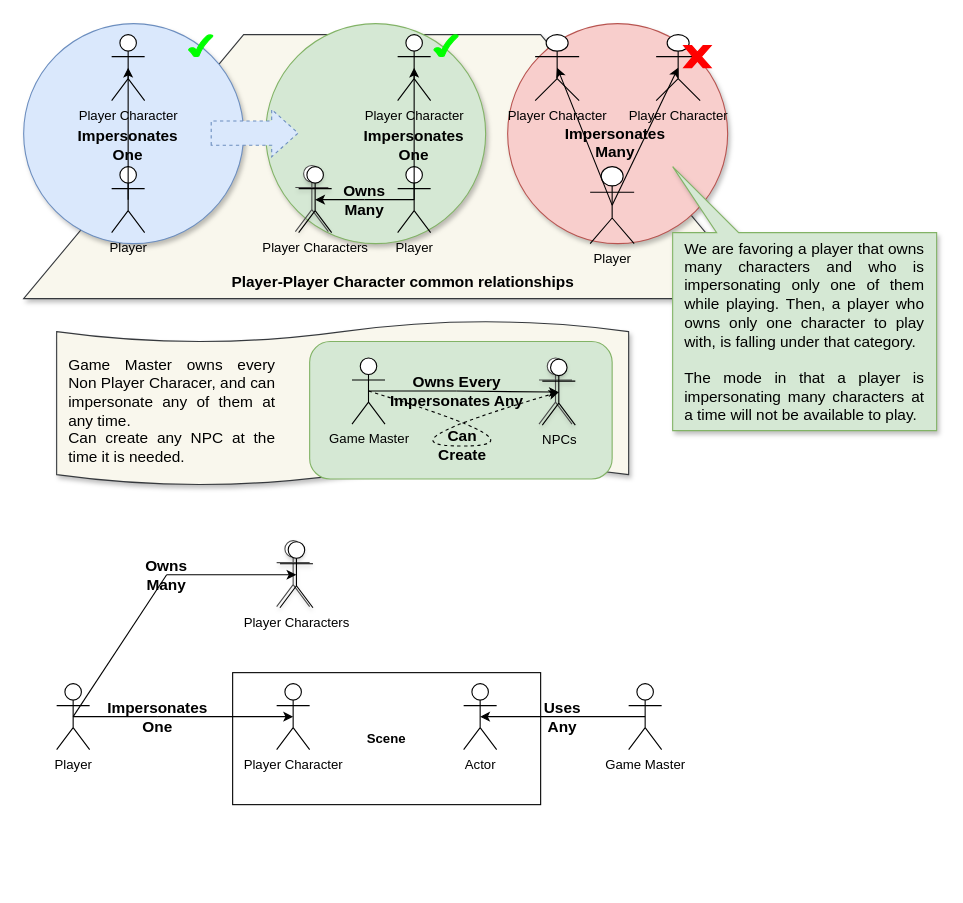
Above: diagrams/Design.drawio in ManOguaR/Ontology (draw.io), before the change. Source tidied: cells renumbered, new cells numbered last; positions are measured from the earlier drawing's top-left corner, leaving out a move shared by most shapes. Both pictures are drawn from the tidied source at 110%, with x=0, y=0 at pixel (23, 23).
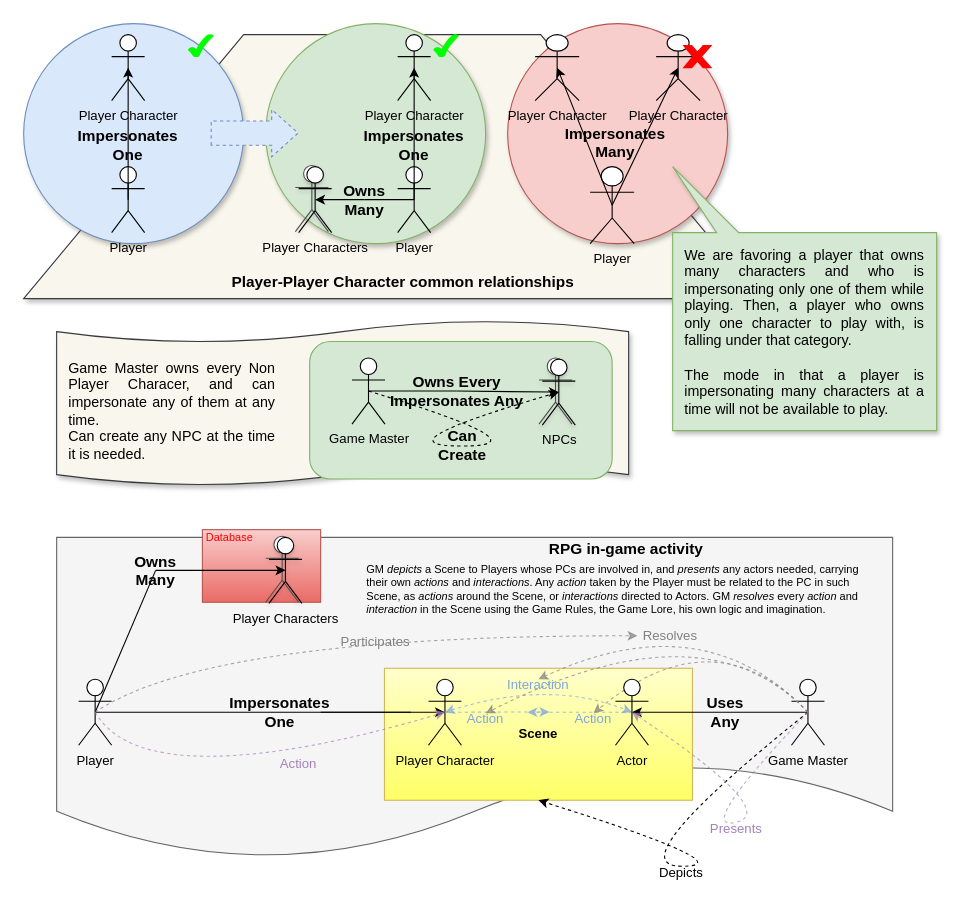
The same diagram, later.

The change refers to these unchanged cells:
```xml
<mxCell id="3" style="group;" parent="1" vertex="1">
  <mxGeometry x="30" y="270" width="520" height="150" as="geometry" />
</mxCell>
<mxCell id="24" style="group;" parent="1" vertex="1">
  <mxGeometry width="830" height="370" as="geometry" />
</mxCell>
```

Change to the diagram source:
```diff
@@
-    <mxCell id="2" value="&lt;b&gt;Scene&lt;/b&gt;" style="rounded=0;whiteSpace=wrap;html=1;" parent="1" vertex="1">
-      <mxGeometry x="190" y="590" width="280" height="120" as="geometry" />
-    </mxCell>
@@
-    <mxCell id="15" value="&lt;div style=&quot;text-align: justify;&quot;&gt;Game Master owns every Non Player Characer, and can impersonate any of them at any time.&lt;/div&gt;&lt;div style=&quot;text-align: justify;&quot;&gt;Can create any NPC at the time it is needed.&lt;/div&gt;" style="text;html=1;strokeColor=none;fillColor=none;align=center;verticalAlign=middle;whiteSpace=wrap;rounded=0;shadow=0;fontSize=14;" parent="3" vertex="1">
+    <mxCell id="15" value="&lt;div style=&quot;text-align: justify; font-size: 13px;&quot;&gt;&lt;font style=&quot;font-size: 13px;&quot;&gt;Game Master owns every Non Player Characer, and can impersonate any of them at any time.&lt;/font&gt;&lt;/div&gt;&lt;div style=&quot;text-align: justify; font-size: 13px;&quot;&gt;&lt;font style=&quot;font-size: 13px;&quot;&gt;Can create any NPC at the time it is needed.&lt;/font&gt;&lt;/div&gt;" style="text;html=1;strokeColor=none;fillColor=none;align=center;verticalAlign=middle;whiteSpace=wrap;rounded=0;shadow=0;fontSize=14;" parent="3" vertex="1">
       <mxGeometry x="10" y="19" width="190" height="125" as="geometry" />
     </mxCell>
-    <mxCell id="16" style="shape=umlActor;verticalLabelPosition=bottom;verticalAlign=top;html=1;strokeColor=#4D4D4D;shadow=1;" parent="1" vertex="1">
-      <mxGeometry x="230" y="470" width="30" height="60" as="geometry" />
-    </mxCell>
-    <mxCell id="17" value="Player" style="shape=umlActor;verticalLabelPosition=bottom;verticalAlign=top;html=1;outlineConnect=0;" parent="1" vertex="1">
-      <mxGeometry x="30" y="600" width="30" height="60" as="geometry" />
-    </mxCell>
-    <mxCell id="18" value="Player Characters" style="shape=umlActor;verticalLabelPosition=bottom;verticalAlign=top;html=1;outlineConnect=0;" parent="1" vertex="1">
-      <mxGeometry x="233" y="471" width="30" height="60" as="geometry" />
-    </mxCell>
-    <mxCell id="19" value="Player Character" style="shape=umlActor;verticalLabelPosition=bottom;verticalAlign=top;html=1;outlineConnect=0;" parent="1" vertex="1">
-      <mxGeometry x="230" y="600" width="30" height="60" as="geometry" />
-    </mxCell>
-    <mxCell id="20" style="endArrow=classic;html=1;rounded=0;fontSize=14;exitX=0.5;exitY=0.5;exitDx=0;exitDy=0;exitPerimeter=0;entryX=0.5;entryY=0.5;entryDx=0;entryDy=0;entryPerimeter=0;startArrow=none;" parent="1" edge="1" source="58" target="19">
-      <mxGeometry relative="1" as="geometry" />
-    </mxCell>
-    <mxCell id="21" style="endArrow=classic;html=1;rounded=0;fontSize=14;exitX=0.5;exitY=0.5;exitDx=0;exitDy=0;exitPerimeter=0;entryX=0.5;entryY=0.5;entryDx=0;entryDy=0;entryPerimeter=0;startArrow=none;" parent="1" edge="1" source="22" target="18">
-      <mxGeometry relative="1" as="geometry" />
-    </mxCell>
-    <mxCell id="22" value="&lt;b&gt;Owns&lt;br&gt;Many&lt;br&gt;&lt;/b&gt;" style="text;html=1;strokeColor=none;fillColor=none;align=center;verticalAlign=middle;whiteSpace=wrap;rounded=0;fontSize=14;" parent="1" vertex="1">
-      <mxGeometry x="100" y="486" width="60" height="30" as="geometry" />
-    </mxCell>
-    <mxCell id="23" style="endArrow=none;html=1;rounded=0;fontSize=14;exitX=0.5;exitY=0.5;exitDx=0;exitDy=0;exitPerimeter=0;entryX=0.5;entryY=0.5;entryDx=0;entryDy=0;entryPerimeter=0;" parent="1" edge="1" source="17" target="22">
-      <mxGeometry relative="1" as="geometry" />
-    </mxCell>
@@
-    <mxCell id="57" value="&lt;div style=&quot;text-align: justify;&quot;&gt;&lt;span style=&quot;background-color: initial;&quot;&gt;We are favoring a player that owns many characters and who is impersonating only one of them while playing.&amp;nbsp;&lt;/span&gt;&lt;span style=&quot;background-color: initial;&quot;&gt;Then, a player who owns only one character to play with, is falling under that category.&lt;/span&gt;&lt;/div&gt;&lt;div style=&quot;text-align: justify;&quot;&gt;&lt;span style=&quot;background-color: initial;&quot;&gt;&lt;br&gt;&lt;/span&gt;&lt;/div&gt;&lt;div style=&quot;text-align: justify;&quot;&gt;&lt;span style=&quot;background-color: initial;&quot;&gt;The mode in that a player is impersonating many characters at a time will not be available to play.&lt;/span&gt;&lt;br&gt;&lt;/div&gt;" style="text;html=1;align=center;verticalAlign=middle;whiteSpace=wrap;rounded=0;shadow=0;fontSize=14;" parent="24" vertex="1">
+    <mxCell id="57" value="&lt;div style=&quot;text-align: justify; font-size: 13px;&quot;&gt;&lt;font style=&quot;font-size: 13px;&quot;&gt;&lt;span style=&quot;background-color: initial;&quot;&gt;We are favoring a player that owns many characters and who is impersonating only one of them while playing.&amp;nbsp;&lt;/span&gt;&lt;span style=&quot;background-color: initial;&quot;&gt;Then, a player who owns only one character to play with, is falling under that category.&lt;/span&gt;&lt;/font&gt;&lt;/div&gt;&lt;div style=&quot;text-align: justify; font-size: 13px;&quot;&gt;&lt;span style=&quot;background-color: initial;&quot;&gt;&lt;font style=&quot;font-size: 13px;&quot;&gt;&lt;br&gt;&lt;/font&gt;&lt;/span&gt;&lt;/div&gt;&lt;div style=&quot;text-align: justify; font-size: 13px;&quot;&gt;&lt;span style=&quot;background-color: initial;&quot;&gt;&lt;font style=&quot;font-size: 13px;&quot;&gt;The mode in that a player is impersonating many characters at a time will not be available to play.&lt;/font&gt;&lt;/span&gt;&lt;br&gt;&lt;/div&gt;" style="text;html=1;align=center;verticalAlign=middle;whiteSpace=wrap;rounded=0;shadow=0;fontSize=14;" parent="24" vertex="1">
       <mxGeometry x="600" y="200" width="220" height="160" as="geometry" />
     </mxCell>
+    <mxCell id="64" style="group;" parent="1" vertex="1">
+      <mxGeometry x="30" y="460" width="760" height="322" as="geometry" />
+    </mxCell>
+    <mxCell id="65" style="shape=document;whiteSpace=wrap;html=1;boundedLbl=1;fontSize=14;fontColor=#333333;fillColor=#f5f5f5;strokeColor=#666666;" parent="64" vertex="1">
+      <mxGeometry y="7" width="760" height="293" as="geometry" />
+    </mxCell>
+    <mxCell id="66" value="&lt;font style=&quot;font-size: 10px;&quot;&gt;Database&lt;/font&gt;" style="rounded=0;whiteSpace=wrap;html=1;align=left;verticalAlign=top;fontSize=10;spacing=0;spacingTop=-3;spacingLeft=3;fillColor=#f8cecc;gradientColor=#ea6b66;strokeColor=#b85450;fontColor=#FF0000;" parent="64" vertex="1">
+      <mxGeometry x="132.5" width="107.5" height="66" as="geometry" />
+    </mxCell>
+    <mxCell id="2" value="&lt;b&gt;Scene&lt;/b&gt;" style="rounded=0;whiteSpace=wrap;html=1;fillColor=#FFFFCC;strokeColor=#d6b656;gradientColor=#FFFF66;" parent="64" vertex="1">
+      <mxGeometry x="298" y="126" width="280" height="120" as="geometry" />
+    </mxCell>
+    <mxCell id="16" style="shape=umlActor;verticalLabelPosition=bottom;verticalAlign=top;html=1;strokeColor=#4D4D4D;shadow=1;" parent="64" vertex="1">
+      <mxGeometry x="190" y="6" width="30" height="60" as="geometry" />
+    </mxCell>
+    <mxCell id="17" value="Player" style="shape=umlActor;verticalLabelPosition=bottom;verticalAlign=top;html=1;outlineConnect=0;" parent="64" vertex="1">
+      <mxGeometry x="20" y="136" width="30" height="60" as="geometry" />
+    </mxCell>
+    <mxCell id="18" value="Player Characters" style="shape=umlActor;verticalLabelPosition=bottom;verticalAlign=top;html=1;outlineConnect=0;" parent="64" vertex="1">
+      <mxGeometry x="193" y="7" width="30" height="60" as="geometry" />
+    </mxCell>
+    <mxCell id="19" value="Player Character" style="shape=umlActor;verticalLabelPosition=bottom;verticalAlign=top;html=1;outlineConnect=0;" parent="64" vertex="1">
+      <mxGeometry x="338" y="136" width="30" height="60" as="geometry" />
+    </mxCell>
+    <mxCell id="20" style="endArrow=classic;html=1;rounded=0;fontSize=14;exitX=0.5;exitY=0.5;exitDx=0;exitDy=0;exitPerimeter=0;entryX=0.5;entryY=0.5;entryDx=0;entryDy=0;entryPerimeter=0;startArrow=none;" parent="64" edge="1" target="19">
+      <mxGeometry relative="1" as="geometry">
+        <mxPoint x="240" y="166" as="sourcePoint" />
+      </mxGeometry>
+    </mxCell>
+    <mxCell id="21" style="endArrow=classic;html=1;rounded=0;fontSize=14;exitX=0.5;exitY=0.5;exitDx=0;exitDy=0;exitPerimeter=0;entryX=0.5;entryY=0.5;entryDx=0;entryDy=0;entryPerimeter=0;startArrow=none;" parent="64" edge="1" source="22" target="18">
+      <mxGeometry relative="1" as="geometry" />
+    </mxCell>
+    <mxCell id="22" value="&lt;b&gt;Owns&lt;br&gt;Many&lt;br&gt;&lt;/b&gt;" style="text;html=1;strokeColor=none;fillColor=none;align=center;verticalAlign=middle;whiteSpace=wrap;rounded=0;fontSize=14;" parent="64" vertex="1">
+      <mxGeometry x="60" y="22" width="60" height="30" as="geometry" />
+    </mxCell>
+    <mxCell id="23" style="endArrow=none;html=1;rounded=0;fontSize=14;exitX=0.5;exitY=0.5;exitDx=0;exitDy=0;exitPerimeter=0;entryX=0.5;entryY=0.5;entryDx=0;entryDy=0;entryPerimeter=0;" parent="64" edge="1" source="17" target="22">
+      <mxGeometry relative="1" as="geometry" />
+    </mxCell>
-    <mxCell id="58" value="&lt;b&gt;Impersonates&lt;br&gt;One&lt;br&gt;&lt;/b&gt;" style="text;html=1;strokeColor=none;fillColor=none;align=center;verticalAlign=middle;whiteSpace=wrap;rounded=0;fontSize=14;" parent="1" vertex="1">
-      <mxGeometry x="72" y="615" width="100" height="30" as="geometry" />
+    <mxCell id="58" value="&lt;b&gt;Impersonates&lt;br&gt;One&lt;br&gt;&lt;/b&gt;" style="text;html=1;strokeColor=none;fillColor=none;align=center;verticalAlign=middle;whiteSpace=wrap;rounded=0;fontSize=14;" parent="64" vertex="1">
+      <mxGeometry x="153" y="151" width="100" height="30" as="geometry" />
     </mxCell>
-    <mxCell id="59" style="endArrow=none;html=1;rounded=0;fontSize=14;exitX=0.5;exitY=0.5;exitDx=0;exitDy=0;exitPerimeter=0;entryX=0.5;entryY=0.5;entryDx=0;entryDy=0;entryPerimeter=0;" parent="1" edge="1" source="17" target="58">
-      <mxGeometry relative="1" as="geometry" />
+    <mxCell id="59" style="endArrow=none;html=1;rounded=0;fontSize=14;exitX=0.5;exitY=0.5;exitDx=0;exitDy=0;exitPerimeter=0;entryX=0.5;entryY=0.5;entryDx=0;entryDy=0;entryPerimeter=0;" parent="64" edge="1" source="17">
+      <mxGeometry relative="1" as="geometry">
+        <mxPoint x="322" y="166" as="targetPoint" />
+      </mxGeometry>
     </mxCell>
-    <mxCell id="60" value="Actor" style="shape=umlActor;verticalLabelPosition=bottom;verticalAlign=top;html=1;outlineConnect=0;" parent="1" vertex="1">
-      <mxGeometry x="400" y="600" width="30" height="60" as="geometry" />
-    </mxCell>
-    <mxCell id="61" value="Game Master" style="shape=umlActor;verticalLabelPosition=bottom;verticalAlign=top;html=1;outlineConnect=0;" parent="1" vertex="1">
-      <mxGeometry x="550" y="600" width="30" height="60" as="geometry" />
+    <mxCell id="61" value="Game Master" style="shape=umlActor;verticalLabelPosition=bottom;verticalAlign=top;html=1;outlineConnect=0;" parent="64" vertex="1">
+      <mxGeometry x="668" y="136" width="30" height="60" as="geometry" />
     </mxCell>
-    <mxCell id="62" style="endArrow=classic;html=1;rounded=0;exitX=0.5;exitY=0.5;exitDx=0;exitDy=0;exitPerimeter=0;entryX=0.5;entryY=0.5;entryDx=0;entryDy=0;entryPerimeter=0;" parent="1" edge="1" source="61" target="60">
+    <mxCell id="62" style="endArrow=classic;html=1;rounded=0;exitX=0.5;exitY=0.5;exitDx=0;exitDy=0;exitPerimeter=0;entryX=0.5;entryY=0.5;entryDx=0;entryDy=0;entryPerimeter=0;" parent="64" edge="1" source="61" target="60">
       <mxGeometry relative="1" as="geometry" />
     </mxCell>
-    <mxCell id="63" value="&lt;b&gt;Uses&lt;br&gt;Any&lt;br&gt;&lt;/b&gt;" style="text;html=1;strokeColor=none;fillColor=none;align=center;verticalAlign=middle;whiteSpace=wrap;rounded=0;fontSize=14;" parent="1" vertex="1">
-      <mxGeometry x="440" y="615" width="100" height="30" as="geometry" />
+    <mxCell id="63" value="&lt;b&gt;Uses&lt;br&gt;Any&lt;br&gt;&lt;/b&gt;" style="text;html=1;strokeColor=none;fillColor=none;align=center;verticalAlign=middle;whiteSpace=wrap;rounded=0;fontSize=14;" parent="64" vertex="1">
+      <mxGeometry x="558" y="151" width="100" height="30" as="geometry" />
     </mxCell>
+    <mxCell id="67" style="curved=1;endArrow=classic;html=1;rounded=0;dashed=1;exitX=0.5;exitY=0.5;exitDx=0;exitDy=0;exitPerimeter=0;entryX=0.5;entryY=1;entryDx=0;entryDy=0;" parent="64" edge="1" source="61" target="2">
+      <mxGeometry relative="1" as="geometry">
+        <Array as="points">
+          <mxPoint x="508" y="306" />
+          <mxPoint x="628" y="306" />
+        </Array>
+      </mxGeometry>
+    </mxCell>
+    <mxCell id="68" value="Depicts" style="text;html=1;strokeColor=none;fillColor=none;align=center;verticalAlign=middle;whiteSpace=wrap;rounded=0;" parent="64" vertex="1">
+      <mxGeometry x="538" y="302" width="60" height="20" as="geometry" />
+    </mxCell>
+    <mxCell id="69" value="Presents" style="text;html=1;strokeColor=none;fillColor=none;align=center;verticalAlign=middle;whiteSpace=wrap;rounded=0;fontColor=#A680B8;" parent="64" vertex="1">
+      <mxGeometry x="588" y="264" width="60" height="15" as="geometry" />
+    </mxCell>
+    <mxCell id="70" style="curved=1;endArrow=classic;html=1;rounded=0;exitX=0.5;exitY=0.5;exitDx=0;exitDy=0;exitPerimeter=0;entryX=0.5;entryY=0.5;entryDx=0;entryDy=0;dashed=1;entryPerimeter=0;strokeColor=#A680B8;opacity=70;" parent="64" edge="1" target="60">
+      <mxGeometry relative="1" as="geometry">
+        <mxPoint x="683" y="166" as="sourcePoint" />
+        <Array as="points">
+          <mxPoint x="578" y="276" />
+          <mxPoint x="658" y="256" />
+        </Array>
+      </mxGeometry>
+    </mxCell>
+    <mxCell id="71" style="curved=1;endArrow=classic;html=1;rounded=0;dashed=1;exitX=0.5;exitY=0.5;exitDx=0;exitDy=0;exitPerimeter=0;entryX=0.5;entryY=0.5;entryDx=0;entryDy=0;entryPerimeter=0;fontColor=#A680B8;strokeColor=#A680B8;opacity=70;" parent="64" edge="1" source="17" target="19">
+      <mxGeometry relative="1" as="geometry">
+        <Array as="points">
+          <mxPoint x="58" y="206" />
+          <mxPoint x="218" y="206" />
+        </Array>
+      </mxGeometry>
+    </mxCell>
+    <mxCell id="72" style="endArrow=classic;html=1;rounded=0;dashed=1;exitX=0.5;exitY=0.5;exitDx=0;exitDy=0;exitPerimeter=0;strokeColor=#7EA6E0;opacity=70;" parent="64" edge="1" source="19">
+      <mxGeometry relative="1" as="geometry">
+        <mxPoint x="448" y="165.7" as="targetPoint" />
+      </mxGeometry>
+    </mxCell>
+    <mxCell id="73" value="Action" style="text;html=1;strokeColor=none;fillColor=none;align=center;verticalAlign=middle;whiteSpace=wrap;rounded=0;fontColor=#7EA6E0;opacity=70;" parent="64" vertex="1">
+      <mxGeometry x="370" y="167" width="40" height="10" as="geometry" />
+    </mxCell>
+    <mxCell id="74" value="Action" style="text;html=1;strokeColor=none;fillColor=none;align=center;verticalAlign=middle;whiteSpace=wrap;rounded=0;fontColor=#A680B8;" parent="64" vertex="1">
+      <mxGeometry x="200" y="208" width="40" height="10" as="geometry" />
+    </mxCell>
+    <mxCell id="75" style="endArrow=classic;startArrow=classic;html=1;dashed=1;exitX=0.5;exitY=0.5;exitDx=0;exitDy=0;exitPerimeter=0;entryX=0.5;entryY=0.5;entryDx=0;entryDy=0;entryPerimeter=0;curved=1;strokeColor=#7EA6E0;opacity=70;" parent="64" edge="1" source="19" target="60">
+      <mxGeometry relative="1" as="geometry">
+        <Array as="points">
+          <mxPoint x="448" y="136" />
+        </Array>
+      </mxGeometry>
+    </mxCell>
+    <mxCell id="76" style="endArrow=classic;html=1;rounded=0;dashed=1;exitX=0.5;exitY=0.5;exitDx=0;exitDy=0;exitPerimeter=0;strokeColor=#7EA6E0;opacity=70;" parent="64" edge="1" source="60">
+      <mxGeometry relative="1" as="geometry">
+        <mxPoint x="428" y="166" as="targetPoint" />
+      </mxGeometry>
+    </mxCell>
+    <mxCell id="77" value="Action" style="text;html=1;strokeColor=none;fillColor=none;align=center;verticalAlign=middle;whiteSpace=wrap;rounded=0;fontColor=#7EA6E0;opacity=70;" parent="64" vertex="1">
+      <mxGeometry x="468" y="167" width="40" height="10" as="geometry" />
+    </mxCell>
+    <mxCell id="78" style="endArrow=classic;html=1;dashed=1;strokeColor=#808080;curved=1;entryX=0.5;entryY=0;entryDx=0;entryDy=0;exitX=0.5;exitY=0.5;exitDx=0;exitDy=0;exitPerimeter=0;opacity=70;" parent="64" edge="1" source="61" target="80">
+      <mxGeometry relative="1" as="geometry">
+        <Array as="points">
+          <mxPoint x="588" y="66" />
+        </Array>
+      </mxGeometry>
+    </mxCell>
+    <mxCell id="79" style="endArrow=classic;html=1;dashed=1;strokeColor=#808080;curved=1;entryX=0.5;entryY=0;entryDx=0;entryDy=0;exitX=0.5;exitY=0.5;exitDx=0;exitDy=0;exitPerimeter=0;opacity=70;" parent="64" edge="1" source="61" target="73">
+      <mxGeometry relative="1" as="geometry">
+        <Array as="points">
+          <mxPoint x="588" y="66" />
+        </Array>
+      </mxGeometry>
+    </mxCell>
+    <mxCell id="80" value="Interaction" style="text;html=1;strokeColor=none;fillColor=none;align=center;verticalAlign=middle;whiteSpace=wrap;rounded=0;fontColor=#7EA6E0;opacity=70;" parent="64" vertex="1">
+      <mxGeometry x="408" y="136" width="60" height="10" as="geometry" />
+    </mxCell>
+    <mxCell id="81" style="endArrow=classic;html=1;dashed=1;strokeColor=#808080;curved=1;entryX=0.5;entryY=0;entryDx=0;entryDy=0;exitX=0.5;exitY=0.5;exitDx=0;exitDy=0;exitPerimeter=0;opacity=70;" parent="64" edge="1" source="61" target="77">
+      <mxGeometry relative="1" as="geometry">
+        <Array as="points">
+          <mxPoint x="598" y="76" />
+        </Array>
+      </mxGeometry>
+    </mxCell>
+    <mxCell id="60" value="Actor" style="shape=umlActor;verticalLabelPosition=bottom;verticalAlign=top;html=1;outlineConnect=0;" parent="64" vertex="1">
+      <mxGeometry x="508" y="136" width="30" height="60" as="geometry" />
+    </mxCell>
+    <mxCell id="82" value="Resolves" style="text;html=1;strokeColor=none;fillColor=none;align=center;verticalAlign=middle;whiteSpace=wrap;rounded=0;fontColor=#808080;opacity=70;" parent="64" vertex="1">
+      <mxGeometry x="528" y="86" width="60" height="21" as="geometry" />
+    </mxCell>
+    <mxCell id="83" style="endArrow=classic;html=1;dashed=1;strokeColor=#808080;curved=1;exitX=0.5;exitY=0.5;exitDx=0;exitDy=0;exitPerimeter=0;entryX=0;entryY=0.5;entryDx=0;entryDy=0;opacity=70;" parent="64" edge="1" source="17" target="82">
+      <mxGeometry relative="1" as="geometry">
+        <Array as="points">
+          <mxPoint x="138" y="96" />
+        </Array>
+      </mxGeometry>
+    </mxCell>
+    <mxCell id="84" value="Participates" style="text;html=1;strokeColor=none;fillColor=none;align=center;verticalAlign=middle;whiteSpace=wrap;rounded=0;fontColor=#808080;opacity=70;" parent="64" vertex="1">
+      <mxGeometry x="260" y="96" width="60" height="11" as="geometry" />
+    </mxCell>
+    <mxCell id="85" value="RPG in-game activity" style="text;html=1;strokeColor=none;fillColor=none;align=center;verticalAlign=middle;whiteSpace=wrap;rounded=0;fontSize=14;fontColor=#000000;fontStyle=1;" parent="64" vertex="1">
+      <mxGeometry x="438" y="12" width="160" height="12" as="geometry" />
+    </mxCell>
+    <mxCell id="86" value="GM&amp;nbsp;&lt;i&gt;depicts &lt;/i&gt;a Scene to Players whose PCs are involved in, and &lt;i&gt;presents &lt;/i&gt;any actors needed, carrying their own &lt;i&gt;actions&lt;/i&gt;&amp;nbsp;and &lt;i&gt;interactions&lt;/i&gt;. Any &lt;i&gt;action &lt;/i&gt;taken by the Player must be related to the PC in such Scene, as &lt;i&gt;actions&lt;/i&gt;&amp;nbsp;around the Scene, or &lt;i&gt;interactions&lt;/i&gt;&amp;nbsp;directed to Actors. GM &lt;i&gt;resolves&lt;/i&gt;&amp;nbsp;every &lt;i&gt;action&lt;/i&gt;&amp;nbsp;and &lt;i&gt;interaction&lt;/i&gt;&amp;nbsp;in the Scene using the Game Rules, the Game Lore, his own logic and imagination." style="text;html=1;strokeColor=none;fillColor=none;align=left;verticalAlign=top;whiteSpace=wrap;rounded=0;fontSize=10;fontColor=#000000;spacing=0;spacingTop=-4;spacingLeft=2;spacingRight=2;" parent="64" vertex="1">
+      <mxGeometry x="280" y="30" width="470" height="50" as="geometry" />
+    </mxCell>
```
